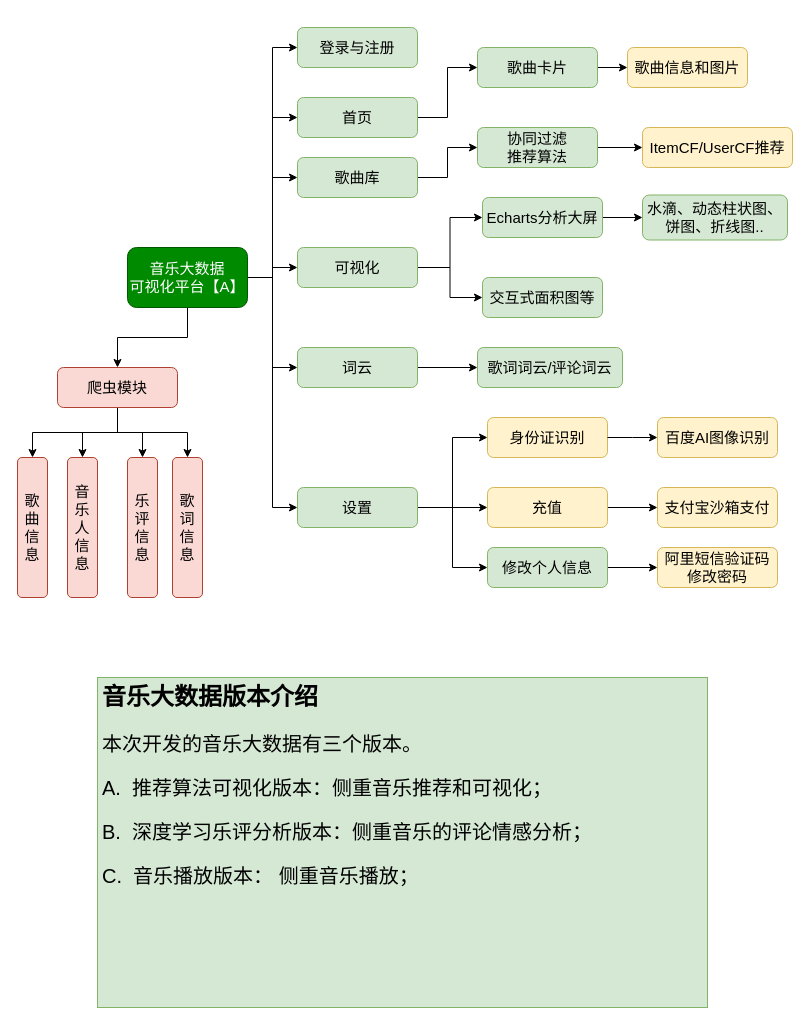
This is flask-音乐大数据【A】.drawio from redcomet88/DRAW, a draw.io file, before an edit. Source tidied: cells renumbered, new cells numbered last; positions are measured from the earlier drawing's top-left corner, leaving out a move shared by most shapes. Both pictures are drawn from the tidied source at 100%, with x=0, y=0 at pixel (17, 27).
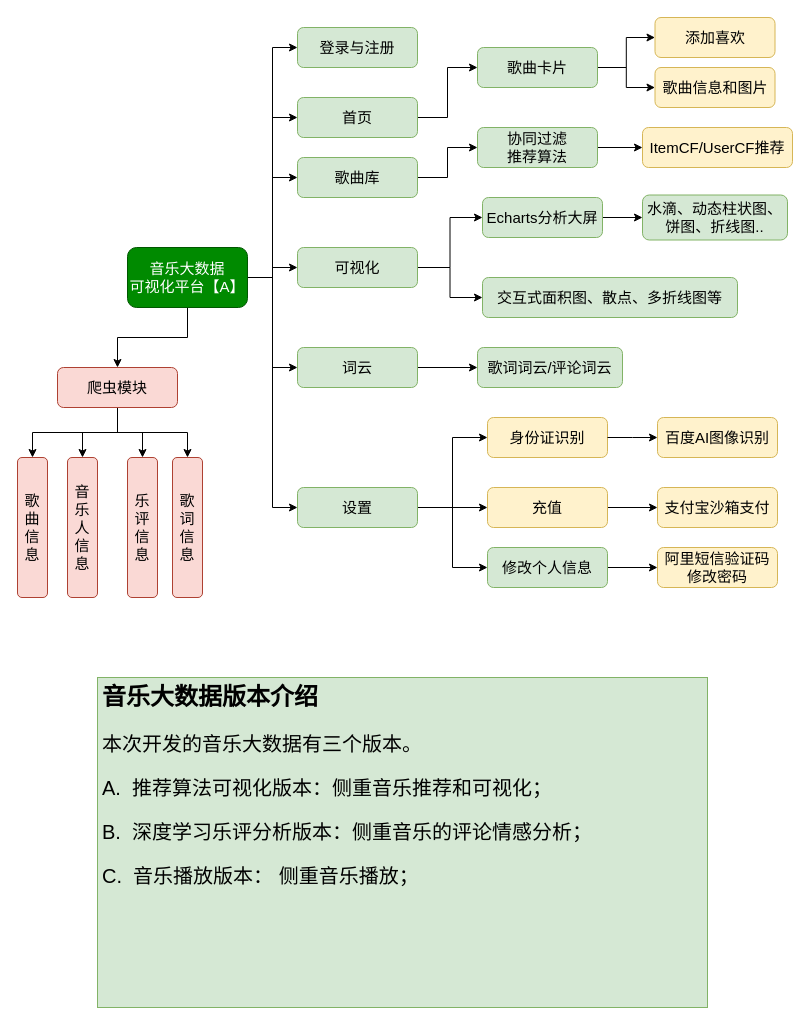
Above is the later version.

Commit message:
Update flask-音乐大数据【A】.drawio

The change refers to these unchanged cells:
```xml
<mxCell id="20" value="歌曲卡片" style="rounded=1;whiteSpace=wrap;html=1;fontSize=15;fillColor=#d5e8d4;strokeColor=#82b366;" parent="1" vertex="1">
  <mxGeometry x="460" y="20" width="120" height="40" as="geometry" />
</mxCell>
```

Change to the diagram source:
```diff
@@
+    <mxCell id="54" style="edgeStyle=orthogonalEdgeStyle;rounded=0;jettySize=auto;html=1;exitX=1;exitY=0.5;exitDx=0;exitDy=0;entryX=0;entryY=0.5;entryDx=0;entryDy=0;" parent="1" edge="1" source="20" target="55">
+      <mxGeometry relative="1" as="geometry" />
+    </mxCell>
@@
     <mxCell id="39" value="歌曲信息和图片" style="rounded=1;whiteSpace=wrap;html=1;fontSize=15;fillColor=#fff2cc;strokeColor=#d6b656;" parent="1" vertex="1">
-      <mxGeometry x="610" y="20" width="120" height="40" as="geometry" />
+      <mxGeometry x="637.5" y="40" width="120" height="40" as="geometry" />
     </mxCell>
@@
-    <mxCell id="53" value="交互式面积图等" style="rounded=1;whiteSpace=wrap;html=1;fontSize=15;fillColor=#d5e8d4;strokeColor=#82b366;" parent="1" vertex="1">
-      <mxGeometry x="465" y="250" width="120" height="40" as="geometry" />
+    <mxCell id="53" value="交互式面积图、散点、多折线图等" style="rounded=1;whiteSpace=wrap;html=1;fontSize=15;fillColor=#d5e8d4;strokeColor=#82b366;" parent="1" vertex="1">
+      <mxGeometry x="465" y="250" width="255" height="40" as="geometry" />
     </mxCell>
+    <mxCell id="55" value="添加喜欢" style="rounded=1;whiteSpace=wrap;html=1;fontSize=15;fillColor=#fff2cc;strokeColor=#d6b656;" parent="1" vertex="1">
+      <mxGeometry x="637.5" y="-10" width="120" height="40" as="geometry" />
+    </mxCell>
```
